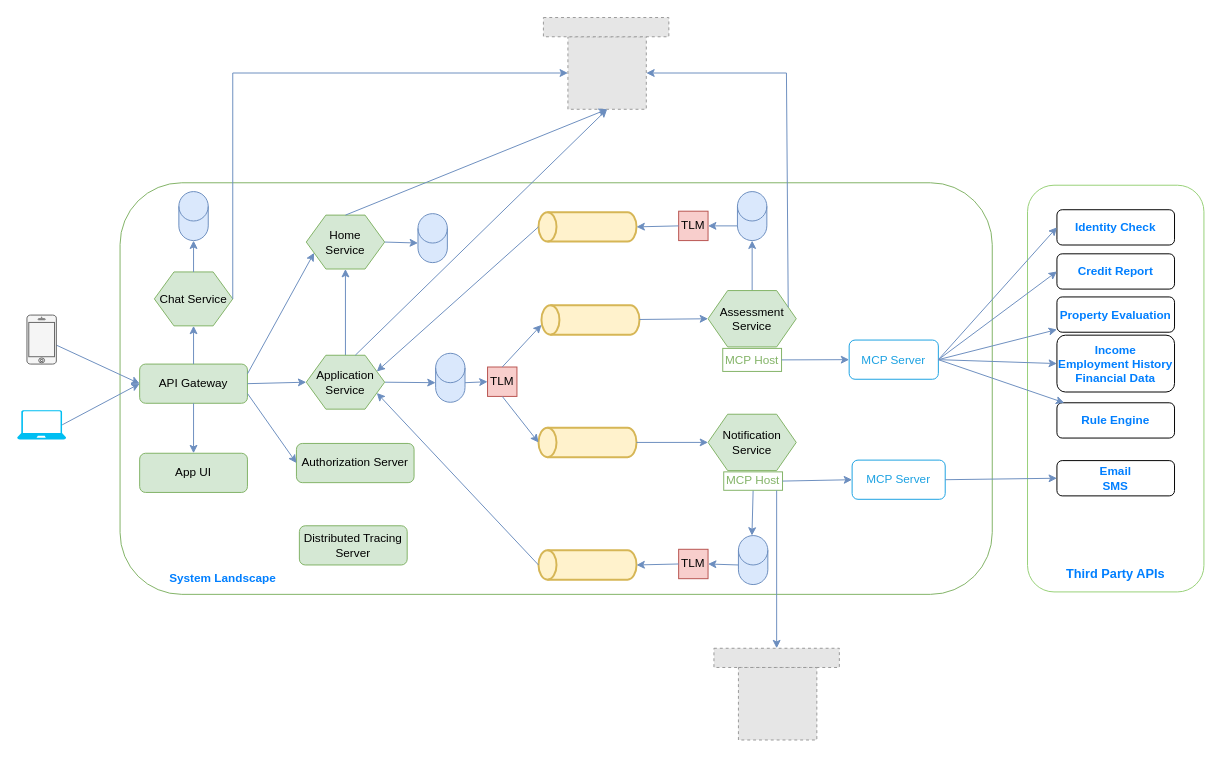
This is 02-architecture/02-logical-components-docker.drawio from huynm20051990/loan-origination-system, a draw.io file, before an edit. Source tidied: cells renumbered, new cells numbered last; positions are measured from the earlier drawing's top-left corner, leaving out a move shared by most shapes. Both pictures are drawn from the tidied source at 98%, with x=0, y=0 at pixel (17, 17). Pictures stored in the file or linked from it are replaced by grey dashed boxes.
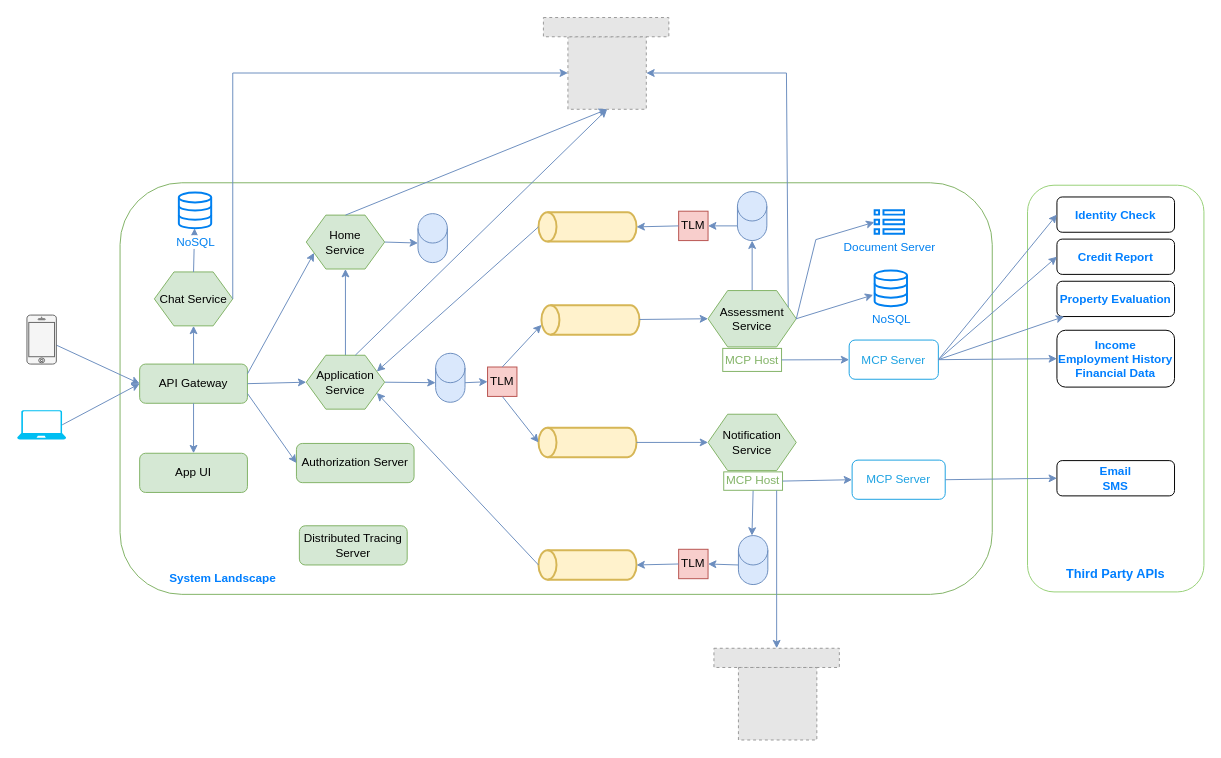
The same page after the edit.

Commit message (it also covers changes not shown here):
Update high level design diagram

Unchanged cells that the change refers to:
```xml
<mxCell id="40" value="Assessment&lt;br&gt;Service" style="shape=hexagon;perimeter=hexagonPerimeter2;whiteSpace=wrap;html=1;fixedSize=1;fillColor=#d5e8d4;strokeColor=#82b366;" parent="1" vertex="1">
  <mxGeometry x="705" y="279" width="90" height="57.5" as="geometry" />
</mxCell>
<mxCell id="59" value="MCP Server" style="rounded=1;whiteSpace=wrap;html=1;strokeColor=#1BA1E2;fontColor=#1BA1E2;" parent="1" vertex="1">
  <mxGeometry x="849" y="329.5" width="91" height="40" as="geometry" />
</mxCell>
<mxCell id="76" value="Chat Service" style="shape=hexagon;perimeter=hexagonPerimeter2;whiteSpace=wrap;html=1;fixedSize=1;fillColor=#d5e8d4;strokeColor=#82b366;" parent="1" vertex="1">
  <mxGeometry x="140" y="260" width="80" height="55" as="geometry" />
</mxCell>
```

Change to the diagram source:
```diff
@@
     <mxCell id="50" value="Identity Check" style="rounded=1;whiteSpace=wrap;html=1;fontColor=#007FFF;fontStyle=1;" parent="1" vertex="1">
-      <mxGeometry x="1061" y="196.5" width="120" height="36" as="geometry" />
+      <mxGeometry x="1061" y="183.5" width="120" height="36" as="geometry" />
     </mxCell>
     <mxCell id="51" value="Credit Report" style="rounded=1;whiteSpace=wrap;html=1;fontColor=#007FFF;fontStyle=1;" parent="1" vertex="1">
-      <mxGeometry x="1061" y="241.5" width="120" height="36" as="geometry" />
+      <mxGeometry x="1061" y="226.5" width="120" height="36" as="geometry" />
     </mxCell>
     <mxCell id="52" value="Property Evaluation" style="rounded=1;whiteSpace=wrap;html=1;fontColor=#007FFF;fontStyle=1;" parent="1" vertex="1">
-      <mxGeometry x="1061" y="285.5" width="120" height="36" as="geometry" />
+      <mxGeometry x="1061" y="269.5" width="120" height="36" as="geometry" />
     </mxCell>
     <mxCell id="53" value="Income&lt;br&gt;Employment History&lt;br&gt;Financial Data" style="rounded=1;whiteSpace=wrap;html=1;fontColor=#007FFF;fontStyle=1;" parent="1" vertex="1">
-      <mxGeometry x="1061" y="324.5" width="120" height="58" as="geometry" />
+      <mxGeometry x="1061" y="319.5" width="120" height="58" as="geometry" />
     </mxCell>
@@
-    <mxCell id="55" value="Rule Engine" style="rounded=1;whiteSpace=wrap;html=1;fontColor=#007FFF;fontStyle=1;" parent="1" vertex="1">
-      <mxGeometry x="1061" y="393.5" width="120" height="36" as="geometry" />
-    </mxCell>
@@
-    <mxCell id="67" style="endArrow=classic;html=1;rounded=0;exitX=1;exitY=0.5;exitDx=0;exitDy=0;fillColor=#dae8fc;strokeColor=#6c8ebf;" parent="1" edge="1" source="59" target="55">
-      <mxGeometry relative="1" as="geometry" />
-    </mxCell>
@@
-    <mxCell id="77" style="shape=cylinder3;whiteSpace=wrap;html=1;boundedLbl=1;backgroundOutline=1;size=15;fillColor=#dae8fc;strokeColor=#6c8ebf;" parent="1" vertex="1">
-      <mxGeometry x="165" y="178" width="30" height="50" as="geometry" />
-    </mxCell>
@@
-    <mxCell id="79" style="endArrow=classic;html=1;rounded=0;entryX=0.5;entryY=1;entryDx=0;entryDy=0;fillColor=#dae8fc;strokeColor=#6c8ebf;exitX=0.5;exitY=0;exitDx=0;exitDy=0;entryPerimeter=0;" parent="1" edge="1" source="76" target="77">
+    <mxCell id="79" style="endArrow=classic;html=1;rounded=0;fillColor=#dae8fc;strokeColor=#6c8ebf;exitX=0.5;exitY=0;exitDx=0;exitDy=0;" parent="1" edge="1" source="76" target="83">
       <mxGeometry relative="1" as="geometry" />
     </mxCell>
@@
+    <mxCell id="81" value="NoSQL" style="html=1;verticalLabelPosition=bottom;align=center;labelBackgroundColor=#ffffff;verticalAlign=top;strokeWidth=2;strokeColor=#0080F0;shadow=0;dashed=0;shape=mxgraph.ios7.icons.data;fontColor=#0080F0;" parent="1" vertex="1">
+      <mxGeometry x="875" y="258.5" width="33" height="36.5" as="geometry" />
+    </mxCell>
+    <mxCell id="82" value="Document Server" style="html=1;verticalLabelPosition=bottom;align=center;labelBackgroundColor=#ffffff;verticalAlign=top;strokeWidth=2;strokeColor=#0080F0;shadow=0;dashed=0;shape=mxgraph.ios7.icons.preferences;fontColor=#0080F0;" parent="1" vertex="1">
+      <mxGeometry x="875" y="197" width="30" height="24" as="geometry" />
+    </mxCell>
+    <mxCell id="83" value="NoSQL" style="html=1;verticalLabelPosition=bottom;align=center;labelBackgroundColor=#ffffff;verticalAlign=top;strokeWidth=2;strokeColor=#0080F0;shadow=0;dashed=0;shape=mxgraph.ios7.icons.data;fontColor=#0080F0;" parent="1" vertex="1">
+      <mxGeometry x="165" y="179" width="33" height="36.5" as="geometry" />
+    </mxCell>
+    <mxCell id="84" style="endArrow=classic;html=1;rounded=0;entryX=-0.044;entryY=0.683;entryDx=0;entryDy=0;exitX=1;exitY=0.5;exitDx=0;exitDy=0;fillColor=#dae8fc;strokeColor=#6c8ebf;entryPerimeter=0;" parent="1" edge="1" source="40" target="81">
+      <mxGeometry relative="1" as="geometry" />
+    </mxCell>
+    <mxCell id="85" style="endArrow=classic;html=1;rounded=0;entryX=-0.011;entryY=0.509;entryDx=0;entryDy=0;fillColor=#dae8fc;strokeColor=#6c8ebf;entryPerimeter=0;" parent="1" edge="1" target="82">
+      <mxGeometry relative="1" as="geometry">
+        <mxPoint x="795" y="308" as="sourcePoint" />
+        <Array as="points">
+          <mxPoint x="815" y="227" />
+        </Array>
+      </mxGeometry>
+    </mxCell>
```
